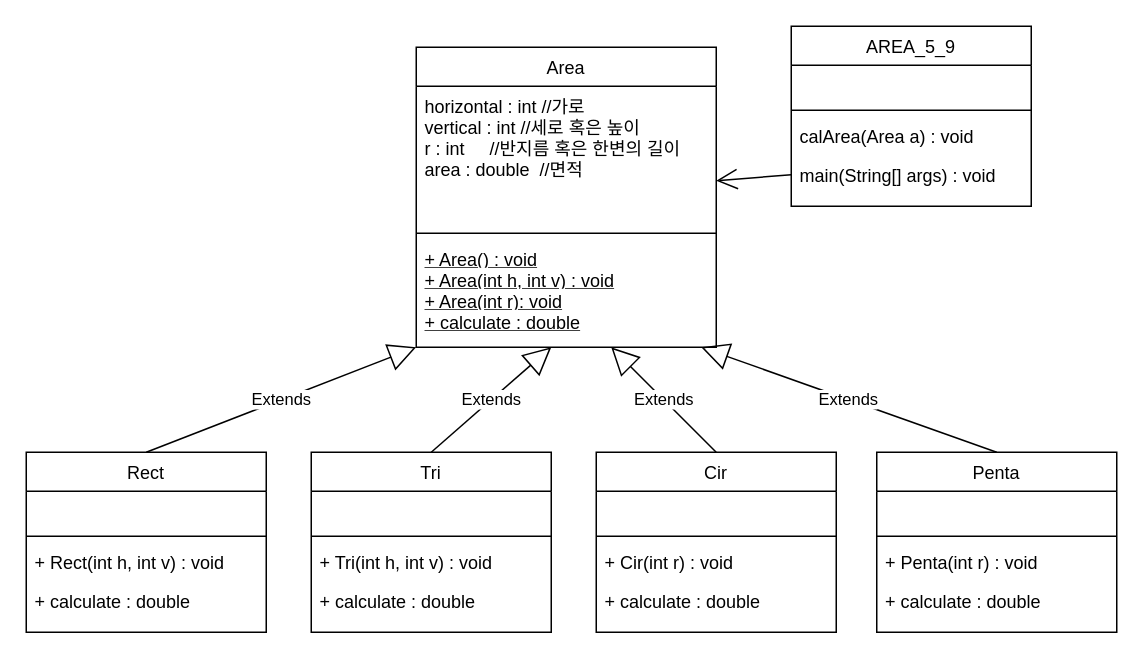
Above: 5-9.drawio in skatld123/NSH (draw.io), before the change. Source tidied: cells renumbered, new cells numbered last; positions are measured from the earlier drawing's top-left corner, leaving out a move shared by most shapes. Both pictures are drawn from the tidied source at 150%, with x=0, y=0 at pixel (26, 26).
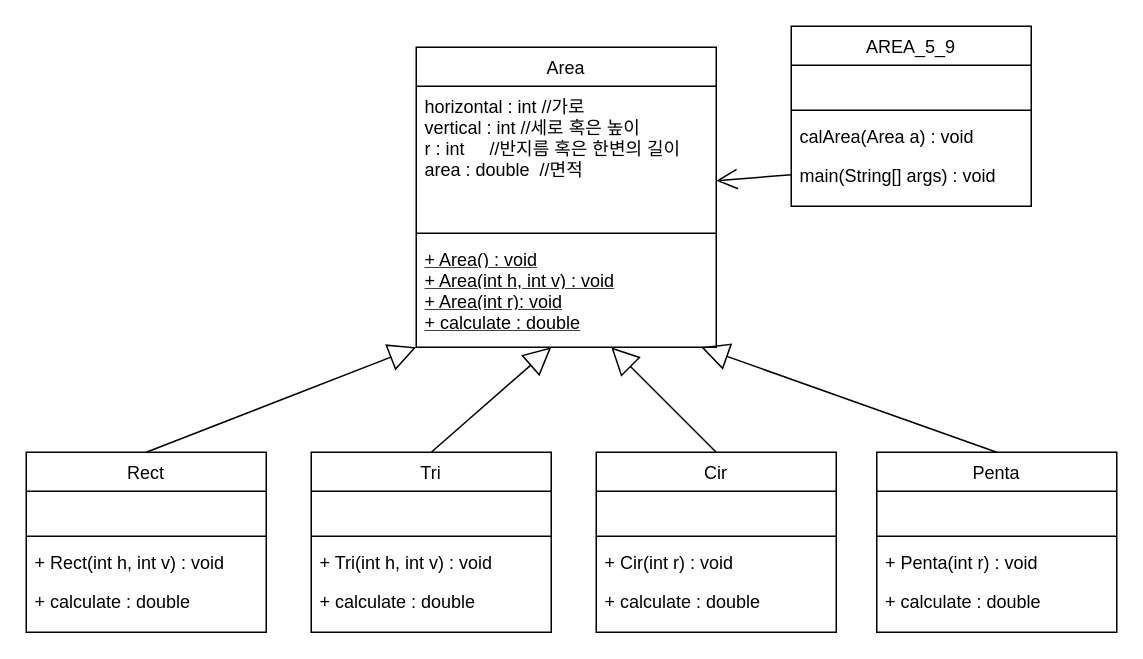
After the change.

The change refers to these unchanged cells:
```xml
<mxCell id="2" value="Area" style="swimlane;fontStyle=0;align=center;verticalAlign=top;horizontal=1;startSize=26;rounded=0;shadow=0;strokeWidth=1;" parent="1" vertex="1">
  <mxGeometry x="260" y="14" width="200" height="200" as="geometry" />
</mxCell>
<mxCell id="9" value="Rect" style="swimlane;fontStyle=0;align=center;verticalAlign=top;horizontal=1;startSize=26;rounded=0;shadow=0;strokeWidth=1;" parent="1" vertex="1">
  <mxGeometry y="284" width="160" height="120" as="geometry" />
</mxCell>
<mxCell id="14" value="Penta" style="swimlane;fontStyle=0;align=center;verticalAlign=top;horizontal=1;startSize=26;rounded=0;shadow=0;strokeWidth=1;" parent="1" vertex="1">
  <mxGeometry x="567" y="284" width="160" height="120" as="geometry" />
</mxCell>
<mxCell id="19" value="Cir" style="swimlane;fontStyle=0;align=center;verticalAlign=top;horizontal=1;startSize=26;rounded=0;shadow=0;strokeWidth=1;" parent="1" vertex="1">
  <mxGeometry x="380" y="284" width="160" height="120" as="geometry" />
</mxCell>
<mxCell id="24" value="Tri" style="swimlane;fontStyle=0;align=center;verticalAlign=top;horizontal=1;startSize=26;rounded=0;shadow=0;strokeWidth=1;" parent="1" vertex="1">
  <mxGeometry x="190" y="284" width="160" height="120" as="geometry" />
</mxCell>
```

The edit, as a diff of the source:
```diff
@@
-    <mxCell id="29" value="Extends" style="endArrow=block;endSize=16;endFill=0;html=1;entryX=0;entryY=1;entryDx=0;entryDy=0;exitX=0.5;exitY=0;exitDx=0;exitDy=0;" parent="1" edge="1" source="9" target="2">
+    <mxCell id="29" style="endArrow=block;endSize=16;endFill=0;html=1;entryX=0;entryY=1;entryDx=0;entryDy=0;exitX=0.5;exitY=0;exitDx=0;exitDy=0;" parent="1" edge="1" source="9" target="2">
       <mxGeometry relative="1" as="geometry" />
     </mxCell>
-    <mxCell id="30" value="Extends" style="endArrow=block;endSize=16;endFill=0;html=1;exitX=0.5;exitY=0;exitDx=0;exitDy=0;" parent="1" edge="1" source="24">
+    <mxCell id="30" style="endArrow=block;endSize=16;endFill=0;html=1;exitX=0.5;exitY=0;exitDx=0;exitDy=0;" parent="1" edge="1" source="24">
       <mxGeometry relative="1" as="geometry">
         <mxPoint x="350" y="214" as="targetPoint" />
       </mxGeometry>
     </mxCell>
-    <mxCell id="31" value="Extends" style="endArrow=block;endSize=16;endFill=0;html=1;exitX=0.5;exitY=0;exitDx=0;exitDy=0;" parent="1" edge="1" source="19">
+    <mxCell id="31" style="endArrow=block;endSize=16;endFill=0;html=1;exitX=0.5;exitY=0;exitDx=0;exitDy=0;" parent="1" edge="1" source="19">
       <mxGeometry relative="1" as="geometry">
         <mxPoint x="390" y="214" as="targetPoint" />
       </mxGeometry>
     </mxCell>
-    <mxCell id="32" value="Extends" style="endArrow=block;endSize=16;endFill=0;html=1;exitX=0.5;exitY=0;exitDx=0;exitDy=0;" parent="1" edge="1" source="14">
+    <mxCell id="32" style="endArrow=block;endSize=16;endFill=0;html=1;exitX=0.5;exitY=0;exitDx=0;exitDy=0;" parent="1" edge="1" source="14">
       <mxGeometry relative="1" as="geometry">
         <mxPoint x="450" y="214" as="targetPoint" />
       </mxGeometry>
     </mxCell>
```
